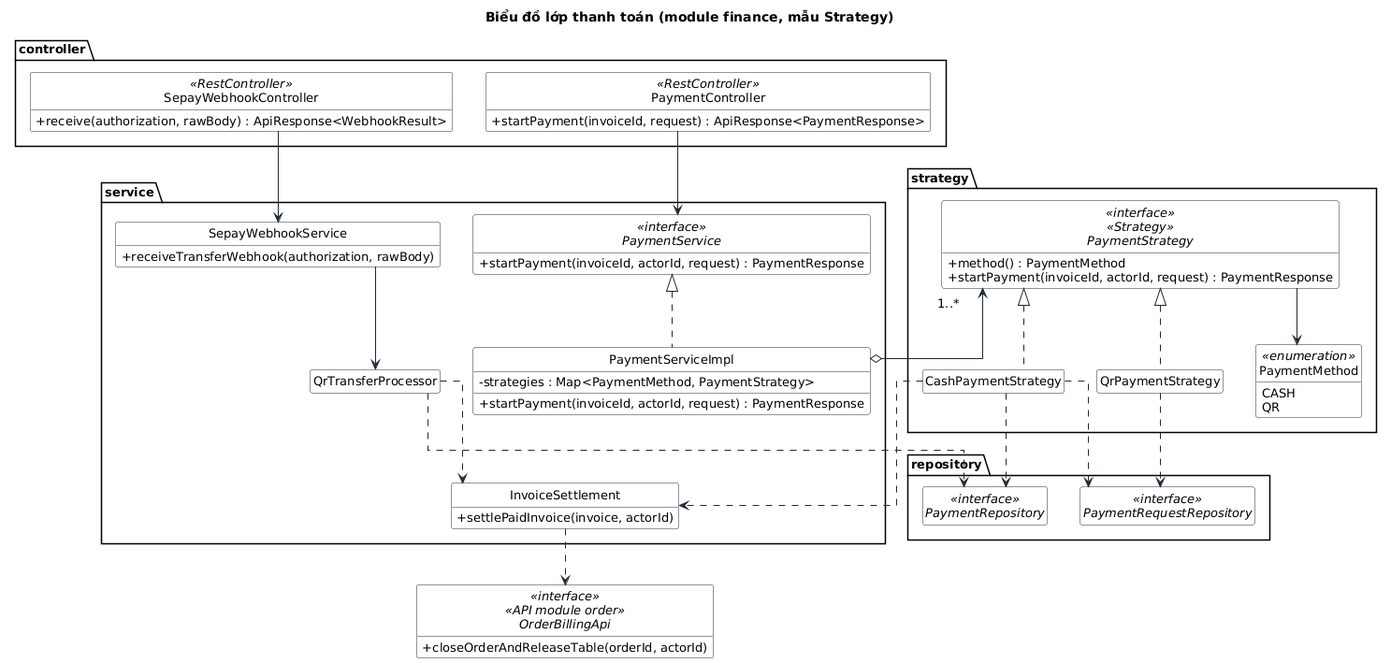
Earlier version of the PlantUML export docs/bao-cao-ltnc/uml/class-thanh-toan.png (Anpham120/restaurant-management-system).
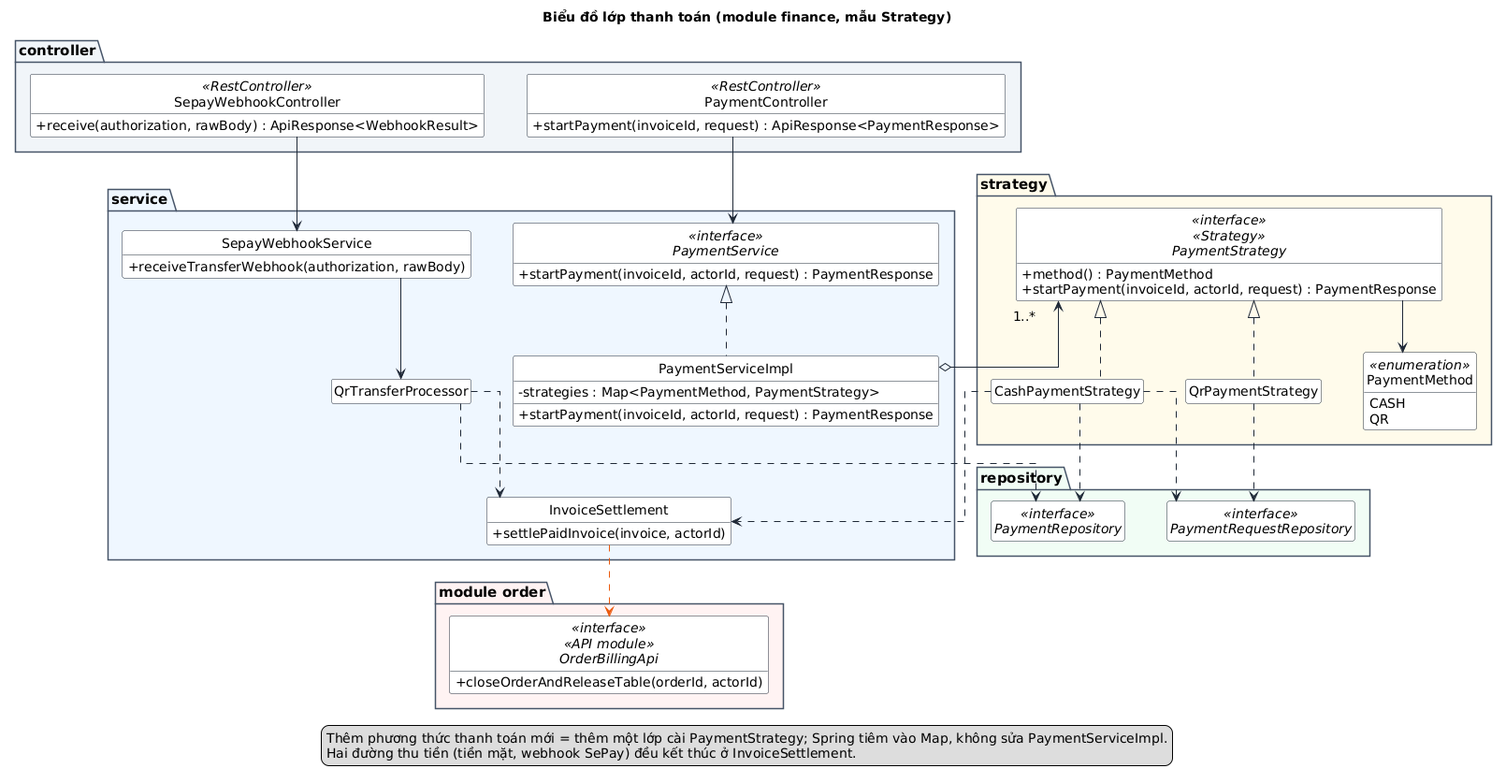
Above is the later version.

The edit, as a diff of the source:
```diff
@@ -4,8 +4,16 @@
 hide empty members
 title Biểu đồ lớp thanh toán (module finance, mẫu Strategy)
 skinparam linetype ortho
+skinparam nodesep 45
+skinparam ranksep 55
+skinparam defaultFontSize 14
+skinparam package {
+  BorderColor #475569
+  FontStyle bold
+  FontSize 15
+}
 
-package "controller" {
+package "controller" #F1F5F9 {
   class PaymentController <<RestController>> {
     + startPayment(invoiceId, request) : ApiResponse<PaymentResponse>
   }
@@ -13,7 +21,7 @@
     + receive(authorization, rawBody) : ApiResponse<WebhookResult>
   }
 }
-package "service" {
+package "service" #EFF6FF {
   interface PaymentService <<interface>> {
     + startPayment(invoiceId, actorId, request) : PaymentResponse
   }
@@ -29,7 +37,7 @@
     + settlePaidInvoice(invoice, actorId)
   }
 }
-package "strategy" {
+package "strategy" #FFFBEB {
   interface PaymentStrategy <<interface>> <<Strategy>> {
     + method() : PaymentMethod
     + startPayment(invoiceId, actorId, request) : PaymentResponse
@@ -41,12 +49,14 @@
     QR
   }
 }
-package "repository" {
+package "repository" #F0FDF4 {
   interface PaymentRequestRepository <<interface>>
   interface PaymentRepository <<interface>>
 }
-interface OrderBillingApi <<interface>> <<API module order>> {
-  + closeOrderAndReleaseTable(orderId, actorId)
+package "module order" #FEF2F2 {
+  interface OrderBillingApi <<interface>> <<API module>> {
+    + closeOrderAndReleaseTable(orderId, actorId)
+  }
 }
 
 PaymentController --> PaymentService
@@ -63,5 +73,10 @@
 CashPaymentStrategy ..> PaymentRepository
 QrPaymentStrategy ..> PaymentRequestRepository
 QrTransferProcessor ..> PaymentRepository
-InvoiceSettlement ..> OrderBillingApi
+InvoiceSettlement .[#EA580C].> OrderBillingApi
+
+legend bottom
+  Thêm phương thức thanh toán mới = thêm một lớp cài PaymentStrategy; Spring tiêm vào Map, không sửa PaymentServiceImpl.
+  Hai đường thu tiền (tiền mặt, webhook SePay) đều kết thúc ở InvoiceSettlement.
+endlegend
 @enduml
```
